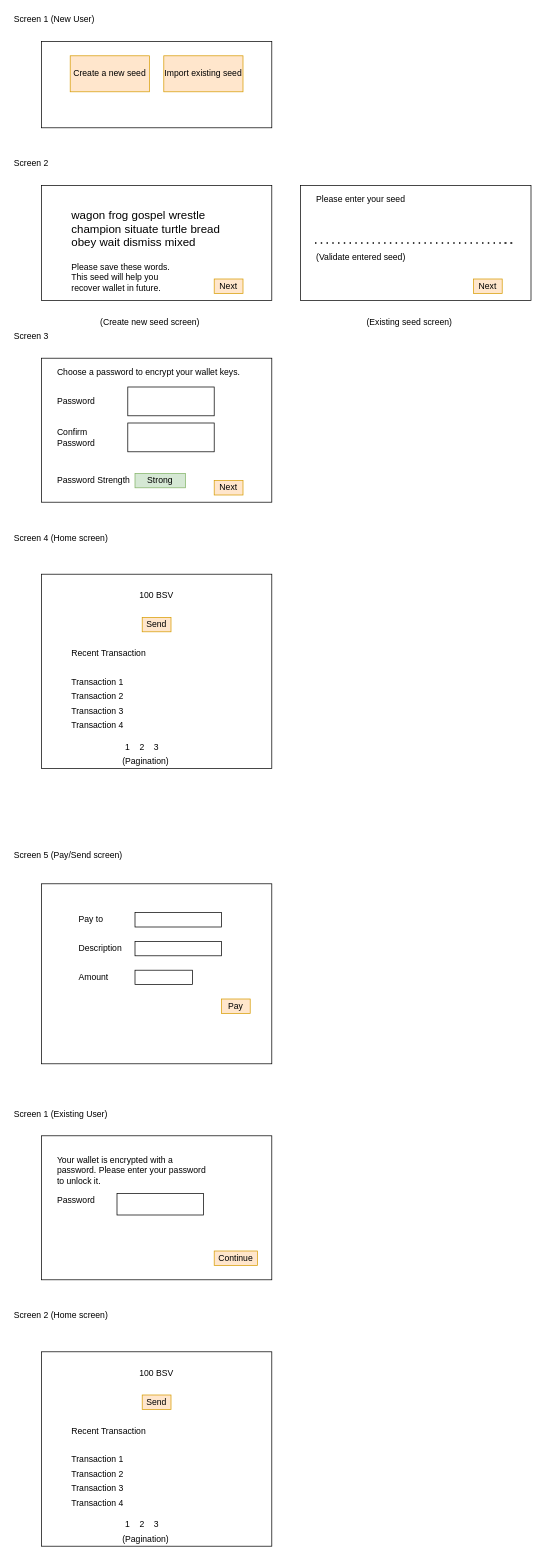
xoken/tonne keeps this draw.io diagram as assets/Untitled Diagram.drawio. Above is the earlier version. Source tidied: cells renumbered, new cells numbered last; positions are measured from the earlier drawing's top-left corner, leaving out a move shared by most shapes. Both pictures are drawn from the tidied source at 72%, with x=0, y=0 at pixel (12, 12).
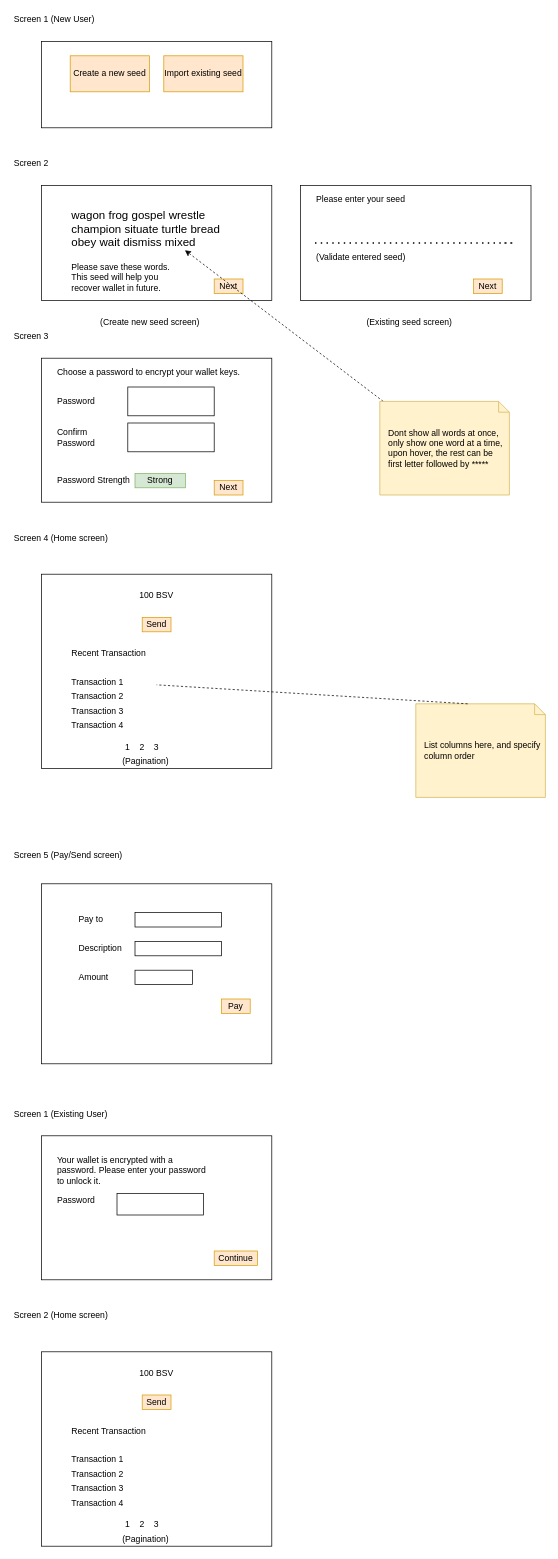
Above is the later version.

The change refers to these unchanged cells:
```xml
<mxCell id="14" value="&lt;p style=&quot;font-size: medium ; margin: 0px&quot;&gt;wagon frog gospel wrestle champion situate turtle bread obey wait dismiss mixed&lt;/p&gt;" style="text;html=1;strokeColor=none;fillColor=none;align=left;verticalAlign=middle;whiteSpace=wrap;rounded=0;labelBackgroundColor=none;" parent="1" vertex="1">
  <mxGeometry x="80" y="270" width="240" height="60" as="geometry" />
</mxCell>
<mxCell id="32" value="Transaction 1" style="text;html=1;strokeColor=none;fillColor=none;align=left;verticalAlign=middle;whiteSpace=wrap;rounded=0;labelBackgroundColor=none;" parent="1" vertex="1">
  <mxGeometry x="80" y="920" width="120" height="20" as="geometry" />
</mxCell>
```

What changed in the source:
```diff
@@
+    <mxCell id="69" value="List columns here, and specify column order" style="shape=note;size=15;align=left;spacingLeft=10;html=1;whiteSpace=wrap;fillColor=#fff2cc;strokeColor=#d6b656;" parent="1" vertex="1">
+      <mxGeometry x="560" y="960" width="180" height="130" as="geometry" />
+    </mxCell>
+    <mxCell id="70" style="edgeStyle=none;endArrow=none;exitX=0.4;exitY=0;dashed=1;html=1;" parent="1" edge="1" source="69" target="32">
+      <mxGeometry x="1" relative="1" as="geometry" />
+    </mxCell>
+    <mxCell id="71" style="rounded=0;jettySize=auto;html=1;dashed=1;" parent="1" edge="1" source="72" target="14">
+      <mxGeometry relative="1" as="geometry" />
+    </mxCell>
+    <mxCell id="72" value="Dont show all words at once, only show one word at a time, upon hover, the rest can be first letter followed by *****" style="shape=note;size=15;align=left;spacingLeft=10;html=1;whiteSpace=wrap;fillColor=#fff2cc;strokeColor=#d6b656;" parent="1" vertex="1">
+      <mxGeometry x="510" y="540" width="180" height="130" as="geometry" />
+    </mxCell>
```
